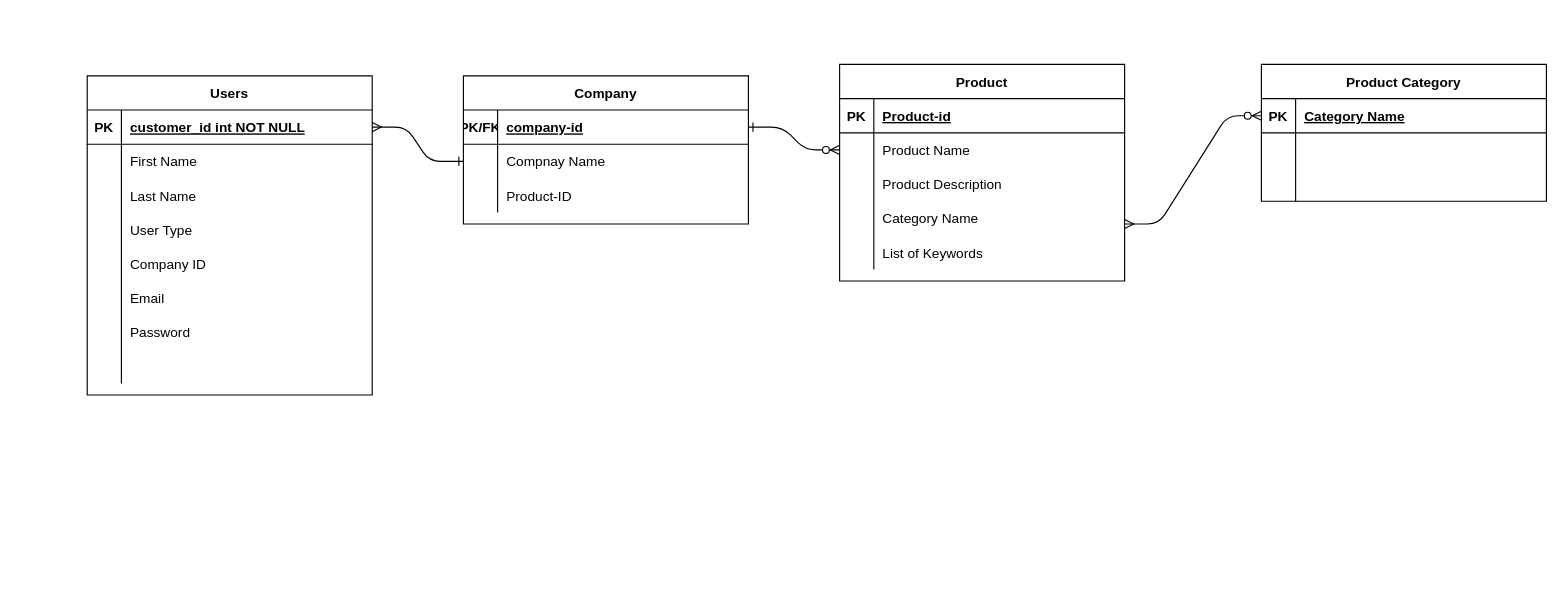
Earlier version of the draw.io diagram Project Resources/ERD_Diagram.drawio (33hemz/StockBox-project). Source tidied: cells renumbered, new cells numbered last; positions are measured from the earlier drawing's top-left corner, leaving out a move shared by most shapes. Both pictures are drawn from the tidied source at 114%, with x=0, y=0 at pixel (87, 64).
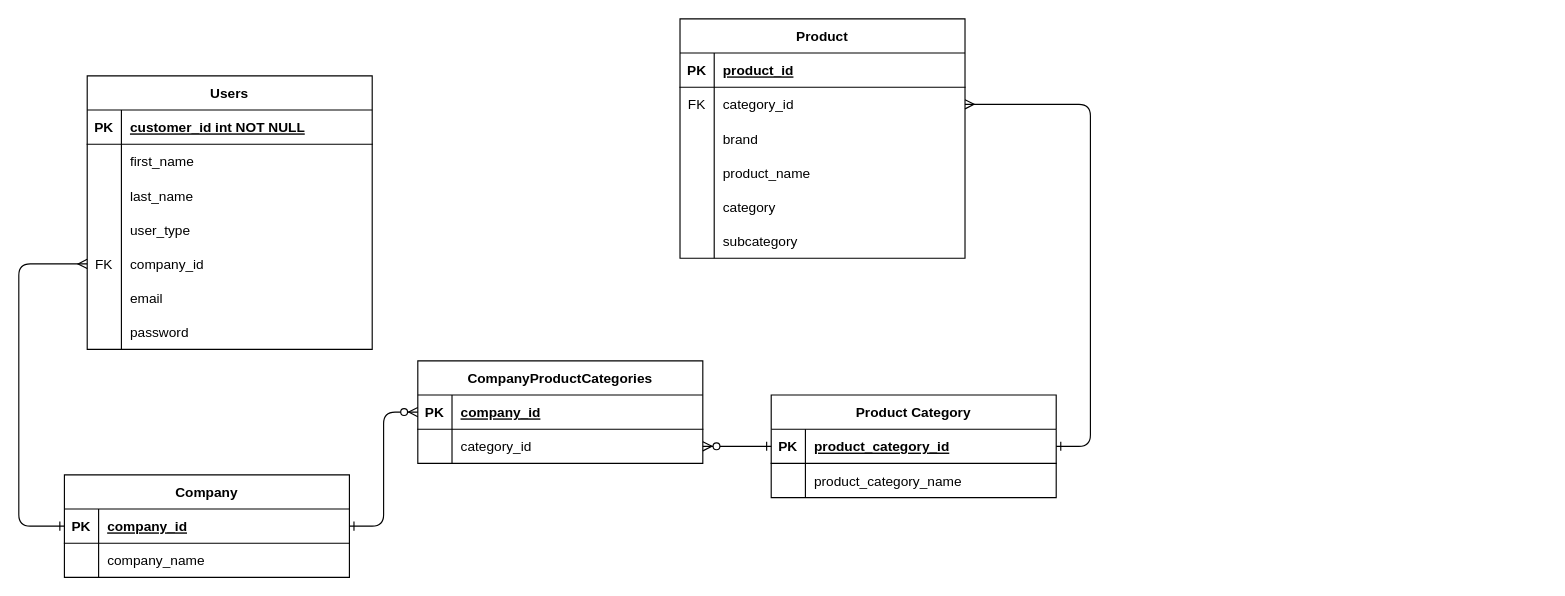
Above is the later version.

Unchanged cells that the change refers to:
```xml
<mxCell id="5" style="shape=partialRectangle;fillColor=none;points=[[0,0.5],[1,0.5]];portConstraint=eastwest;top=0;left=0;right=0;bottom=1;" parent="4" vertex="1">
  <mxGeometry y="30" width="250" height="30" as="geometry" />
</mxCell>
<mxCell id="8" style="shape=partialRectangle;fillColor=none;points=[[0,0.5],[1,0.5]];portConstraint=eastwest;top=0;left=0;right=0;bottom=0;" parent="4" vertex="1">
  <mxGeometry y="60" width="250" height="30" as="geometry" />
</mxCell>
<mxCell id="15" style="shape=partialRectangle;fillColor=none;top=0;left=0;right=0;bottom=1;" parent="14" vertex="1">
  <mxGeometry y="30" width="250" height="30" as="geometry" />
</mxCell>
<mxCell id="18" style="shape=partialRectangle;fillColor=none;points=[[0,0.5],[1,0.5]];portConstraint=eastwest;top=0;left=0;right=0;bottom=0;" parent="14" vertex="1">
  <mxGeometry y="60" width="250" height="30" as="geometry" />
</mxCell>
<mxCell id="21" style="shape=partialRectangle;fillColor=none;top=0;left=0;right=0;bottom=0;" parent="14" vertex="1">
  <mxGeometry y="90" width="250" height="30" as="geometry" />
</mxCell>
<mxCell id="24" style="shape=partialRectangle;fillColor=none;top=0;left=0;right=0;bottom=0;" parent="14" vertex="1">
  <mxGeometry y="120" width="250" height="30" as="geometry" />
</mxCell>
<mxCell id="27" style="shape=partialRectangle;fillColor=none;top=0;left=0;right=0;bottom=0;" parent="14" vertex="1">
  <mxGeometry y="150" width="250" height="30" as="geometry" />
</mxCell>
<mxCell id="31" style="shape=partialRectangle;fillColor=none;points=[[0,0.5],[1,0.5]];portConstraint=eastwest;top=0;left=0;right=0;bottom=1;" parent="30" vertex="1">
  <mxGeometry y="30" width="250" height="30" as="geometry" />
</mxCell>
<mxCell id="34" style="shape=partialRectangle;fillColor=none;top=0;left=0;right=0;bottom=0;" parent="30" vertex="1">
  <mxGeometry y="60" width="250" height="30" as="geometry" />
</mxCell>
<mxCell id="37" style="shape=partialRectangle;fillColor=none;top=0;left=0;right=0;bottom=0;" parent="30" vertex="1">
  <mxGeometry y="90" width="250" height="30" as="geometry" />
</mxCell>
<mxCell id="40" style="shape=partialRectangle;fillColor=none;top=0;left=0;right=0;bottom=0;" parent="30" vertex="1">
  <mxGeometry y="120" width="250" height="30" as="geometry" />
</mxCell>
<mxCell id="43" style="shape=partialRectangle;fillColor=none;points=[[0,0.5],[1,0.5]];portConstraint=eastwest;top=0;left=0;right=0;bottom=0;" parent="30" vertex="1">
  <mxGeometry y="150" width="250" height="30" as="geometry" />
</mxCell>
<mxCell id="46" style="shape=partialRectangle;fillColor=none;top=0;left=0;right=0;bottom=0;" parent="30" vertex="1">
  <mxGeometry y="180" width="250" height="30" as="geometry" />
</mxCell>
<mxCell id="49" style="shape=partialRectangle;fillColor=none;top=0;left=0;right=0;bottom=0;" parent="30" vertex="1">
  <mxGeometry y="210" width="250" height="30" as="geometry" />
</mxCell>
<mxCell id="56" style="shape=partialRectangle;fillColor=none;points=[[0,0.5],[1,0.5]];portConstraint=eastwest;top=0;left=0;right=0;bottom=1;" parent="55" vertex="1">
  <mxGeometry y="30" width="250" height="30" as="geometry" />
</mxCell>
<mxCell id="59" style="shape=partialRectangle;fillColor=none;top=0;left=0;right=0;bottom=0;" parent="55" vertex="1">
  <mxGeometry y="60" width="250" height="30" as="geometry" />
</mxCell>
```

What changed in the source:
```diff
@@
-    <mxCell id="2" style="edgeStyle=entityRelationEdgeStyle;endArrow=ERone;startArrow=ERmany;endFill=0;startFill=0;" parent="1" edge="1" source="31" target="8">
-      <mxGeometry relative="1" as="geometry" />
+    <mxCell id="2" style="edgeStyle=elbowEdgeStyle;endArrow=ERone;startArrow=ERmany;endFill=0;startFill=0;exitX=0;exitY=0.5;exitDx=0;exitDy=0;entryX=0;entryY=0.5;entryDx=0;entryDy=0;" parent="1" edge="1" source="43" target="5">
+      <mxGeometry relative="1" as="geometry">
+        <Array as="points">
+          <mxPoint x="-60" y="310" />
+          <mxPoint x="-110" y="310" />
+        </Array>
+      </mxGeometry>
     </mxCell>
-    <mxCell id="3" style="edgeStyle=entityRelationEdgeStyle;endArrow=ERzeroToMany;startArrow=ERone;endFill=1;startFill=0;" parent="1" edge="1" source="5" target="18">
+    <mxCell id="3" style="edgeStyle=entityRelationEdgeStyle;endArrow=ERzeroToMany;startArrow=ERone;endFill=1;startFill=0;entryX=0;entryY=0.5;entryDx=0;entryDy=0;" parent="1" edge="1" source="5" target="70">
       <mxGeometry relative="1" as="geometry" />
     </mxCell>
     <mxCell id="4" value="Company" style="shape=table;startSize=30;childLayout=tableLayout;rowLines=0;fontStyle=1;align=center;" parent="1" vertex="1">
-      <mxGeometry x="330" y="10" width="250" height="130" as="geometry" />
+      <mxGeometry x="-20" y="360" width="250" height="90" as="geometry" />
     </mxCell>
@@
-    <mxCell id="6" value="PK/FK" style="shape=partialRectangle;overflow=hidden;fillColor=none;top=0;left=0;bottom=0;right=0;fontStyle=1;" parent="5" vertex="1">
+    <mxCell id="6" value="PK" style="shape=partialRectangle;overflow=hidden;fillColor=none;top=0;left=0;bottom=0;right=0;fontStyle=1;" parent="5" vertex="1">
       <mxGeometry width="30" height="30" as="geometry" />
     </mxCell>
-    <mxCell id="7" value="company-id" style="shape=partialRectangle;overflow=hidden;fillColor=none;top=0;left=0;bottom=0;right=0;align=left;spacingLeft=6;fontStyle=5;" parent="5" vertex="1">
+    <mxCell id="7" value="company_id" style="shape=partialRectangle;overflow=hidden;fillColor=none;top=0;left=0;bottom=0;right=0;align=left;spacingLeft=6;fontStyle=5;" parent="5" vertex="1">
       <mxGeometry x="30" width="220" height="30" as="geometry" />
     </mxCell>
@@
-    <mxCell id="10" value="Compnay Name" style="shape=partialRectangle;overflow=hidden;fillColor=none;top=0;left=0;bottom=0;right=0;align=left;spacingLeft=6;" parent="8" vertex="1">
+    <mxCell id="10" value="company_name" style="shape=partialRectangle;overflow=hidden;fillColor=none;top=0;left=0;bottom=0;right=0;align=left;spacingLeft=6;" parent="8" vertex="1">
       <mxGeometry x="30" width="220" height="30" as="geometry" />
     </mxCell>
-    <mxCell id="11" style="shape=partialRectangle;fillColor=none;top=0;left=0;right=0;bottom=0;" parent="4" vertex="1">
-      <mxGeometry y="90" width="250" height="30" as="geometry" />
-    </mxCell>
-    <mxCell id="12" style="shape=partialRectangle;overflow=hidden;fillColor=none;top=0;left=0;bottom=0;right=0;" parent="11" vertex="1">
-      <mxGeometry width="30" height="30" as="geometry" />
-    </mxCell>
-    <mxCell id="13" value="Product-ID" style="shape=partialRectangle;overflow=hidden;fillColor=none;top=0;left=0;bottom=0;right=0;align=left;spacingLeft=6;" parent="11" vertex="1">
-      <mxGeometry x="30" width="220" height="30" as="geometry" />
-    </mxCell>
     <mxCell id="14" value="Product" style="shape=table;startSize=30;childLayout=tableLayout;rowLines=0;fontStyle=1;align=center;" parent="1" vertex="1">
-      <mxGeometry x="660" width="250" height="190" as="geometry" />
+      <mxGeometry x="520" y="-40" width="250" height="210" as="geometry" />
     </mxCell>
@@
-    <mxCell id="17" value="Product-id" style="shape=partialRectangle;overflow=hidden;fillColor=none;top=0;left=0;bottom=0;right=0;align=left;spacingLeft=6;fontStyle=5;" parent="15" vertex="1">
+    <mxCell id="17" value="product_id" style="shape=partialRectangle;overflow=hidden;fillColor=none;top=0;left=0;bottom=0;right=0;align=left;spacingLeft=6;fontStyle=5;" parent="15" vertex="1">
       <mxGeometry x="30" width="220" height="30" as="geometry" />
     </mxCell>
@@
-    <mxCell id="19" style="shape=partialRectangle;overflow=hidden;fillColor=none;top=0;left=0;bottom=0;right=0;" parent="18" vertex="1">
+    <mxCell id="19" value="FK" style="shape=partialRectangle;overflow=hidden;fillColor=none;top=0;left=0;bottom=0;right=0;" parent="18" vertex="1">
       <mxGeometry width="30" height="30" as="geometry" />
     </mxCell>
-    <mxCell id="20" value="Product Name" style="shape=partialRectangle;overflow=hidden;fillColor=none;top=0;left=0;bottom=0;right=0;align=left;spacingLeft=6;" parent="18" vertex="1">
+    <mxCell id="20" value="category_id" style="shape=partialRectangle;overflow=hidden;fillColor=none;top=0;left=0;bottom=0;right=0;align=left;spacingLeft=6;" parent="18" vertex="1">
       <mxGeometry x="30" width="220" height="30" as="geometry" />
     </mxCell>
@@
-    <mxCell id="23" value="Product Description" style="shape=partialRectangle;overflow=hidden;fillColor=none;top=0;left=0;bottom=0;right=0;align=left;spacingLeft=6;" parent="21" vertex="1">
+    <mxCell id="23" value="brand" style="shape=partialRectangle;overflow=hidden;fillColor=none;top=0;left=0;bottom=0;right=0;align=left;spacingLeft=6;" parent="21" vertex="1">
       <mxGeometry x="30" width="220" height="30" as="geometry" />
     </mxCell>
@@
-    <mxCell id="26" value="Category Name" style="shape=partialRectangle;overflow=hidden;fillColor=none;top=0;left=0;bottom=0;right=0;align=left;spacingLeft=6;" parent="24" vertex="1">
+    <mxCell id="26" value="product_name" style="shape=partialRectangle;overflow=hidden;fillColor=none;top=0;left=0;bottom=0;right=0;align=left;spacingLeft=6;" parent="24" vertex="1">
       <mxGeometry x="30" width="220" height="30" as="geometry" />
     </mxCell>
@@
-    <mxCell id="29" value="List of Keywords" style="shape=partialRectangle;overflow=hidden;fillColor=none;top=0;left=0;bottom=0;right=0;align=left;spacingLeft=6;" parent="27" vertex="1">
+    <mxCell id="29" value="category" style="shape=partialRectangle;overflow=hidden;fillColor=none;top=0;left=0;bottom=0;right=0;align=left;spacingLeft=6;" parent="27" vertex="1">
       <mxGeometry x="30" width="220" height="30" as="geometry" />
     </mxCell>
+    <mxCell id="66" style="shape=partialRectangle;fillColor=none;top=0;left=0;right=0;bottom=0;" parent="14" vertex="1">
+      <mxGeometry y="180" width="250" height="30" as="geometry" />
+    </mxCell>
+    <mxCell id="67" style="shape=partialRectangle;overflow=hidden;fillColor=none;top=0;left=0;bottom=0;right=0;" parent="66" vertex="1">
+      <mxGeometry width="30" height="30" as="geometry" />
+    </mxCell>
+    <mxCell id="68" value="subcategory" style="shape=partialRectangle;overflow=hidden;fillColor=none;top=0;left=0;bottom=0;right=0;align=left;spacingLeft=6;" parent="66" vertex="1">
+      <mxGeometry x="30" width="220" height="30" as="geometry" />
+    </mxCell>
     <mxCell id="30" value="Users" style="shape=table;startSize=30;childLayout=tableLayout;rowLines=0;fontStyle=1;align=center;" parent="1" vertex="1">
-      <mxGeometry y="10" width="250" height="280" as="geometry" />
+      <mxGeometry y="10" width="250" height="240" as="geometry" />
     </mxCell>
@@
-    <mxCell id="36" value="First Name" style="shape=partialRectangle;overflow=hidden;fillColor=none;top=0;left=0;bottom=0;right=0;align=left;spacingLeft=6;" parent="34" vertex="1">
+    <mxCell id="36" value="first_name" style="shape=partialRectangle;overflow=hidden;fillColor=none;top=0;left=0;bottom=0;right=0;align=left;spacingLeft=6;" parent="34" vertex="1">
       <mxGeometry x="30" width="220" height="30" as="geometry" />
     </mxCell>
@@
-    <mxCell id="39" value="Last Name" style="shape=partialRectangle;overflow=hidden;fillColor=none;top=0;left=0;bottom=0;right=0;align=left;spacingLeft=6;" parent="37" vertex="1">
+    <mxCell id="39" value="last_name" style="shape=partialRectangle;overflow=hidden;fillColor=none;top=0;left=0;bottom=0;right=0;align=left;spacingLeft=6;" parent="37" vertex="1">
       <mxGeometry x="30" width="220" height="30" as="geometry" />
     </mxCell>
@@
-    <mxCell id="42" value="User Type" style="shape=partialRectangle;overflow=hidden;fillColor=none;top=0;left=0;bottom=0;right=0;align=left;spacingLeft=6;" parent="40" vertex="1">
+    <mxCell id="42" value="user_type" style="shape=partialRectangle;overflow=hidden;fillColor=none;top=0;left=0;bottom=0;right=0;align=left;spacingLeft=6;" parent="40" vertex="1">
       <mxGeometry x="30" width="220" height="30" as="geometry" />
     </mxCell>
@@
-    <mxCell id="44" style="shape=partialRectangle;overflow=hidden;fillColor=none;top=0;left=0;bottom=0;right=0;" parent="43" vertex="1">
+    <mxCell id="44" value="FK" style="shape=partialRectangle;overflow=hidden;fillColor=none;top=0;left=0;bottom=0;right=0;" parent="43" vertex="1">
       <mxGeometry width="30" height="30" as="geometry" />
     </mxCell>
-    <mxCell id="45" value="Company ID" style="shape=partialRectangle;overflow=hidden;fillColor=none;top=0;left=0;bottom=0;right=0;align=left;spacingLeft=6;" parent="43" vertex="1">
+    <mxCell id="45" value="company_id" style="shape=partialRectangle;overflow=hidden;fillColor=none;top=0;left=0;bottom=0;right=0;align=left;spacingLeft=6;" parent="43" vertex="1">
       <mxGeometry x="30" width="220" height="30" as="geometry" />
     </mxCell>
@@
-    <mxCell id="48" value="Email" style="shape=partialRectangle;overflow=hidden;fillColor=none;top=0;left=0;bottom=0;right=0;align=left;spacingLeft=6;" parent="46" vertex="1">
+    <mxCell id="48" value="email" style="shape=partialRectangle;overflow=hidden;fillColor=none;top=0;left=0;bottom=0;right=0;align=left;spacingLeft=6;" parent="46" vertex="1">
       <mxGeometry x="30" width="220" height="30" as="geometry" />
     </mxCell>
@@
-    <mxCell id="51" value="Password" style="shape=partialRectangle;overflow=hidden;fillColor=none;top=0;left=0;bottom=0;right=0;align=left;spacingLeft=6;" parent="49" vertex="1">
+    <mxCell id="51" value="password" style="shape=partialRectangle;overflow=hidden;fillColor=none;top=0;left=0;bottom=0;right=0;align=left;spacingLeft=6;" parent="49" vertex="1">
       <mxGeometry x="30" width="220" height="30" as="geometry" />
     </mxCell>
-    <mxCell id="52" style="shape=partialRectangle;fillColor=none;top=0;left=0;right=0;bottom=0;" parent="30" vertex="1">
-      <mxGeometry y="240" width="250" height="30" as="geometry" />
-    </mxCell>
-    <mxCell id="53" style="shape=partialRectangle;overflow=hidden;fillColor=none;top=0;left=0;bottom=0;right=0;" parent="52" vertex="1">
-      <mxGeometry width="30" height="30" as="geometry" />
-    </mxCell>
-    <mxCell id="54" style="shape=partialRectangle;overflow=hidden;fillColor=none;top=0;left=0;bottom=0;right=0;align=left;spacingLeft=6;" parent="52" vertex="1">
-      <mxGeometry x="30" width="220" height="30" as="geometry" />
-    </mxCell>
     <mxCell id="55" value="Product Category" style="shape=table;startSize=30;childLayout=tableLayout;rowLines=0;fontStyle=1;align=center;" parent="1" vertex="1">
-      <mxGeometry x="1030" width="250" height="120" as="geometry" />
+      <mxGeometry x="600" y="290" width="250" height="90" as="geometry" />
     </mxCell>
@@
-    <mxCell id="58" value="Category Name" style="shape=partialRectangle;overflow=hidden;fillColor=none;top=0;left=0;bottom=0;right=0;align=left;spacingLeft=6;fontStyle=5;" parent="56" vertex="1">
+    <mxCell id="58" value="product_category_id" style="shape=partialRectangle;overflow=hidden;fillColor=none;top=0;left=0;bottom=0;right=0;align=left;spacingLeft=6;fontStyle=5;" parent="56" vertex="1">
       <mxGeometry x="30" width="220" height="30" as="geometry" />
     </mxCell>
@@
-    <mxCell id="61" style="shape=partialRectangle;overflow=hidden;fillColor=none;top=0;left=0;bottom=0;right=0;align=left;spacingLeft=6;" parent="59" vertex="1">
+    <mxCell id="61" value="product_category_name" style="shape=partialRectangle;overflow=hidden;fillColor=none;top=0;left=0;bottom=0;right=0;align=left;spacingLeft=6;" parent="59" vertex="1">
       <mxGeometry x="30" width="220" height="30" as="geometry" />
     </mxCell>
-    <mxCell id="62" style="shape=partialRectangle;fillColor=none;top=0;left=0;right=0;bottom=0;" parent="55" vertex="1">
-      <mxGeometry y="90" width="250" height="30" as="geometry" />
-    </mxCell>
-    <mxCell id="63" style="shape=partialRectangle;overflow=hidden;fillColor=none;top=0;left=0;bottom=0;right=0;" parent="62" vertex="1">
-      <mxGeometry width="30" height="30" as="geometry" />
-    </mxCell>
-    <mxCell id="64" style="shape=partialRectangle;overflow=hidden;fillColor=none;top=0;left=0;bottom=0;right=0;align=left;spacingLeft=6;" parent="62" vertex="1">
-      <mxGeometry x="30" width="220" height="30" as="geometry" />
-    </mxCell>
-    <mxCell id="65" style="edgeStyle=entityRelationEdgeStyle;endArrow=ERzeroToMany;startArrow=ERmany;endFill=1;startFill=0;entryX=0;entryY=0.5;entryDx=0;entryDy=0;" parent="1" edge="1" target="56">
-      <mxGeometry relative="1" as="geometry">
-        <mxPoint x="910" y="140" as="sourcePoint" />
-      </mxGeometry>
-    </mxCell>
+    <mxCell id="69" value="CompanyProductCategories" style="shape=table;startSize=30;childLayout=tableLayout;rowLines=0;fontStyle=1;align=center;" parent="1" vertex="1">
+      <mxGeometry x="290" y="260" width="250" height="90" as="geometry" />
+    </mxCell>
+    <mxCell id="70" style="shape=partialRectangle;fillColor=none;points=[[0,0.5],[1,0.5]];portConstraint=eastwest;top=0;left=0;right=0;bottom=1;" parent="69" vertex="1">
+      <mxGeometry y="30" width="250" height="30" as="geometry" />
+    </mxCell>
+    <mxCell id="71" value="PK" style="shape=partialRectangle;overflow=hidden;fillColor=none;top=0;left=0;bottom=0;right=0;fontStyle=1;" parent="70" vertex="1">
+      <mxGeometry width="30" height="30" as="geometry" />
+    </mxCell>
+    <mxCell id="72" value="company_id" style="shape=partialRectangle;overflow=hidden;fillColor=none;top=0;left=0;bottom=0;right=0;align=left;spacingLeft=6;fontStyle=5;" parent="70" vertex="1">
+      <mxGeometry x="30" width="220" height="30" as="geometry" />
+    </mxCell>
+    <mxCell id="73" style="shape=partialRectangle;fillColor=none;points=[[0,0.5],[1,0.5]];portConstraint=eastwest;top=0;left=0;right=0;bottom=0;" parent="69" vertex="1">
+      <mxGeometry y="60" width="250" height="30" as="geometry" />
+    </mxCell>
+    <mxCell id="74" style="shape=partialRectangle;overflow=hidden;fillColor=none;top=0;left=0;bottom=0;right=0;" parent="73" vertex="1">
+      <mxGeometry width="30" height="30" as="geometry" />
+    </mxCell>
+    <mxCell id="75" value="category_id" style="shape=partialRectangle;overflow=hidden;fillColor=none;top=0;left=0;bottom=0;right=0;align=left;spacingLeft=6;" parent="73" vertex="1">
+      <mxGeometry x="30" width="220" height="30" as="geometry" />
+    </mxCell>
+    <mxCell id="76" style="edgeStyle=entityRelationEdgeStyle;endArrow=ERzeroToMany;startArrow=ERone;endFill=1;startFill=0;entryX=1;entryY=0.5;entryDx=0;entryDy=0;exitX=0;exitY=0.5;exitDx=0;exitDy=0;" parent="1" edge="1" source="56" target="73">
+      <mxGeometry relative="1" as="geometry" />
+    </mxCell>
+    <mxCell id="77" style="edgeStyle=elbowEdgeStyle;endArrow=ERone;startArrow=ERmany;endFill=0;startFill=0;exitX=1;exitY=0.5;exitDx=0;exitDy=0;entryX=1;entryY=0.5;entryDx=0;entryDy=0;" parent="1" edge="1" source="18" target="56">
+      <mxGeometry relative="1" as="geometry">
+        <Array as="points">
+          <mxPoint x="880" y="140" />
+          <mxPoint x="670" y="460" />
+        </Array>
+      </mxGeometry>
+    </mxCell>
```
